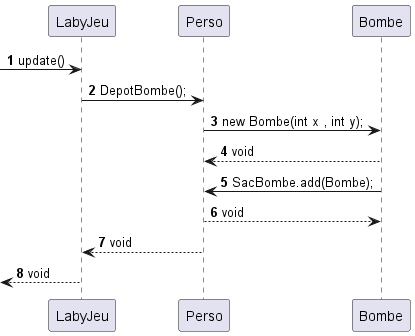
lucasbcap/2022_Zeldiablo_lucasbcap_ngomesodent_hxsm_Hugoll-1 keeps this PlantUML diagram as documents/Version_3/DepotDuneBombeSequence.png. Above is the earlier version.
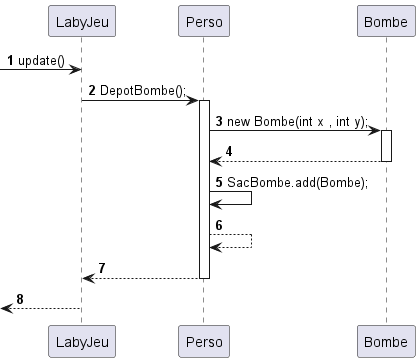
The same diagram one commit later.

What changed in the source:
```diff
@@ -4,11 +4,15 @@
 
 [-> LabyJeu: update()
 LabyJeu -> Perso: DepotBombe();
+activate Perso
 Perso -> Bombe: new Bombe(int x , int y);
-Bombe --> Perso : void
-Bombe -> Perso : SacBombe.add(Bombe);
-Perso --> Bombe : void
-Perso --> LabyJeu : void
-LabyJeu -->[ : void
+activate Bombe
+Bombe --> Perso :
+deactivate Bombe
+Perso -> Perso : SacBombe.add(Bombe);
+Perso --> Perso :
+Perso --> LabyJeu :
+deactivate Perso
+LabyJeu -->[ :
 
 @enduml
```
